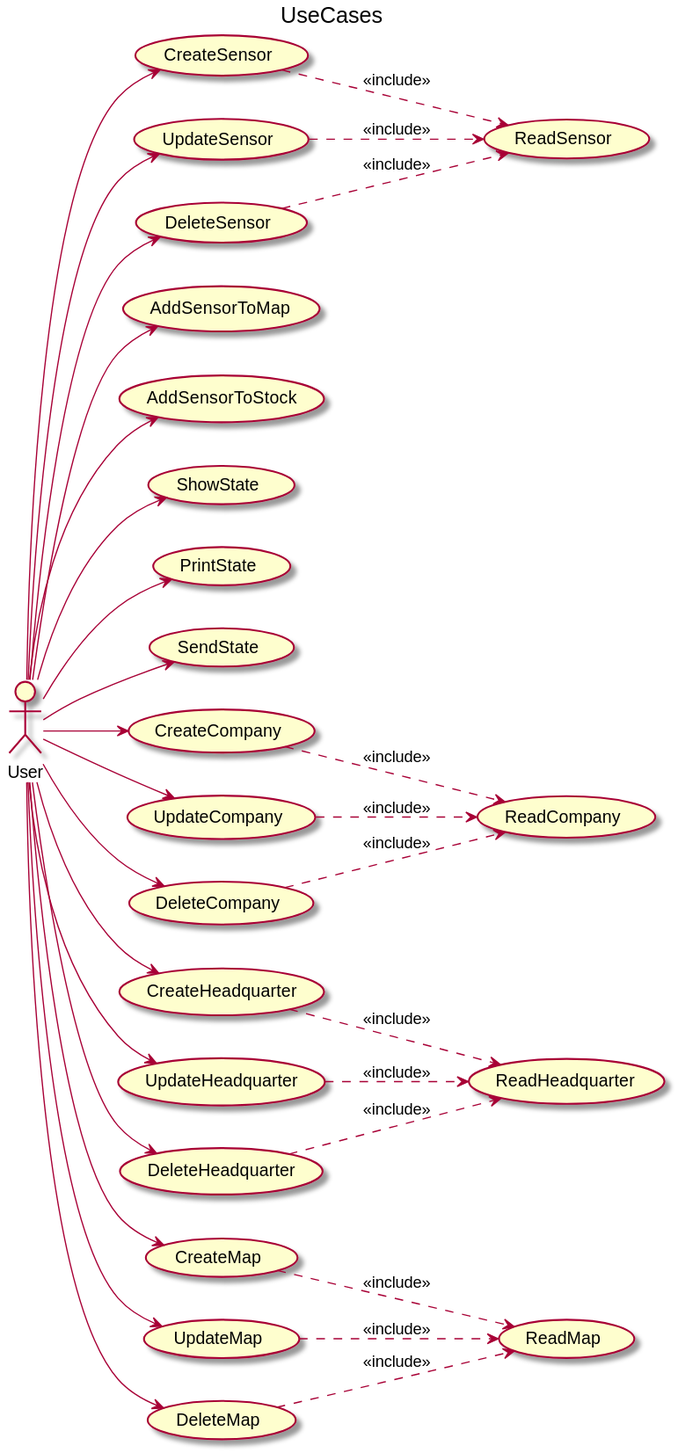
Before: docs/src/useCaseView/useCases/useCases.svg, a diagram exported from PlantUML (jumpering/pestmonitors). Source of this version:
```plantuml
@startuml
title UseCases
left to right direction
actor User

usecase CreateSensor
usecase ReadSensor
usecase UpdateSensor
usecase DeleteSensor
usecase AddSensorToMap
usecase AddSensorToStock

usecase ShowState
usecase PrintState
usecase SendState

usecase CreateCompany
usecase ReadCompany
usecase UpdateCompany
usecase DeleteCompany

usecase CreateHeadquarter
usecase ReadHeadquarter
usecase UpdateHeadquarter
usecase DeleteHeadquarter

usecase CreateMap
usecase ReadMap
usecase UpdateMap
usecase DeleteMap

User --> CreateSensor
CreateSensor ..> ReadSensor  : "<<include>>"
User --> UpdateSensor
UpdateSensor ..> ReadSensor  : "<<include>>"
User --> DeleteSensor
DeleteSensor ..> ReadSensor  : "<<include>>"

User --> AddSensorToMap
User --> AddSensorToStock

User --> CreateCompany
CreateCompany ..> ReadCompany : "<<include>>"
User --> UpdateCompany
UpdateCompany ..> ReadCompany : "<<include>>"
User --> DeleteCompany
DeleteCompany ..> ReadCompany : "<<include>>"

User --> CreateHeadquarter
CreateHeadquarter ..> ReadHeadquarter : "<<include>>"
User --> UpdateHeadquarter
UpdateHeadquarter ..> ReadHeadquarter : "<<include>>"
User --> DeleteHeadquarter
DeleteHeadquarter ..> ReadHeadquarter : "<<include>>"

User --> CreateMap
CreateMap  ..> ReadMap : "<<include>>"
User --> UpdateMap
UpdateMap  ..> ReadMap : "<<include>>"
User --> DeleteMap
DeleteMap  ..> ReadMap : "<<include>>"

User --> ShowState
User --> PrintState
User --> SendState
@enduml
```
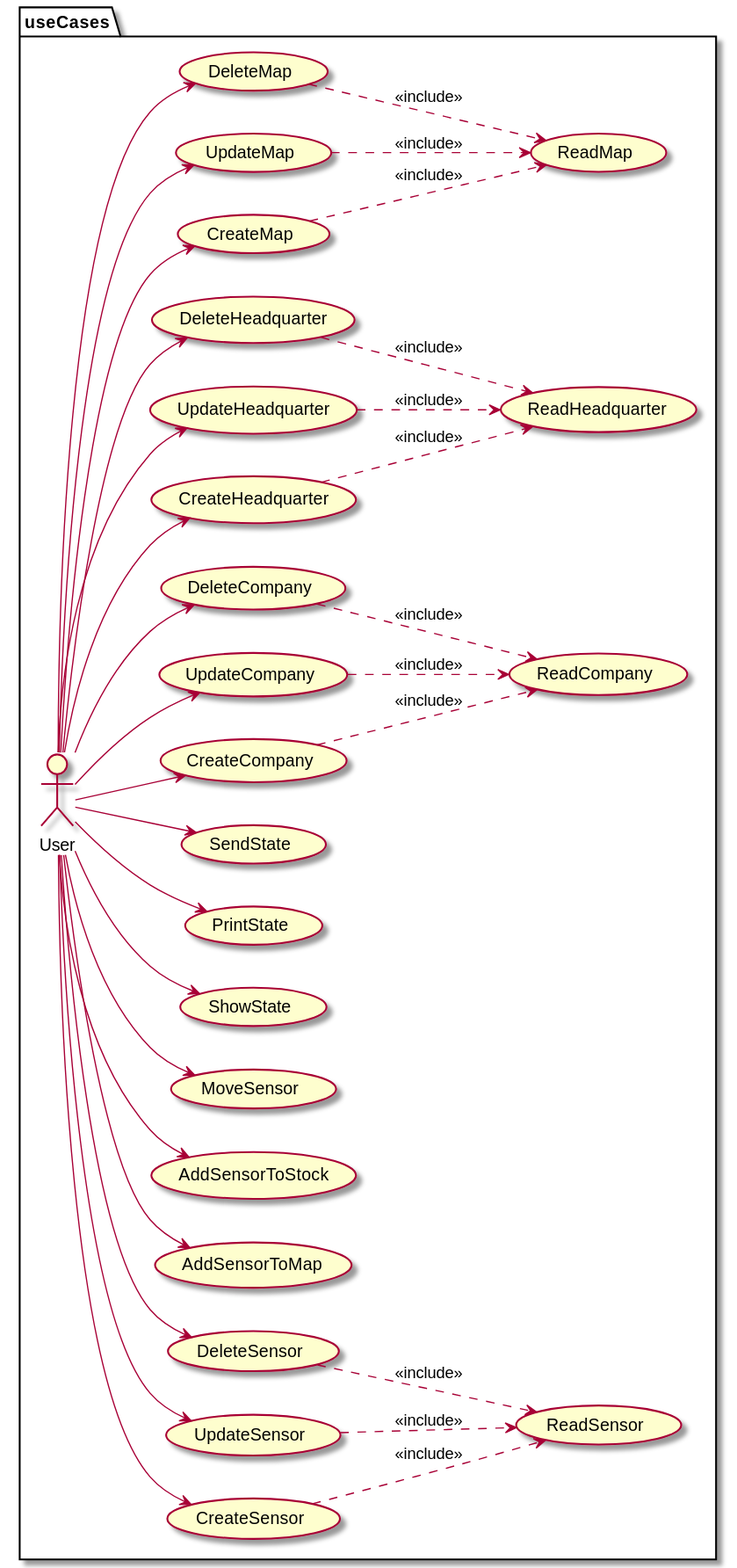
After the change.

What changed in the source:
```diff
@@ -1,5 +1,6 @@
 @startuml
-title UseCases
+allowmixing
+namespace useCases{
 left to right direction
 actor User
 
@@ -9,6 +10,7 @@
 usecase DeleteSensor
 usecase AddSensorToMap
 usecase AddSensorToStock
+usecase MoveSensor
 
 usecase ShowState
 usecase PrintState
@@ -39,6 +41,8 @@
 User --> AddSensorToMap
 User --> AddSensorToStock
 
+User --> MoveSensor
+
 User --> CreateCompany
 CreateCompany ..> ReadCompany : "<<include>>"
 User --> UpdateCompany
@@ -63,4 +67,5 @@
 User --> ShowState
 User --> PrintState
 User --> SendState
+}
 @enduml
```
